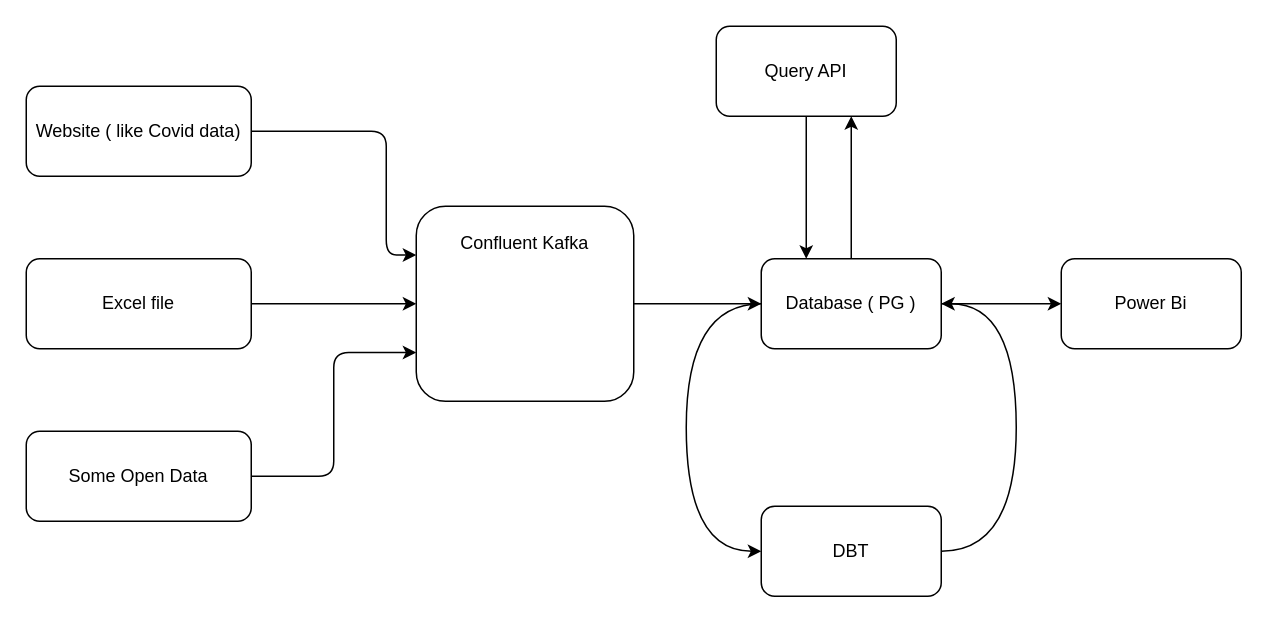
The draw.io diagram design.drawio in santapong/Zookeeper, before the edit. Source tidied: cells renumbered, new cells numbered last; positions are measured from the earlier drawing's top-left corner, leaving out a move shared by most shapes. Both pictures are drawn from the tidied source at 150%, with x=0, y=0 at pixel (26, 26).
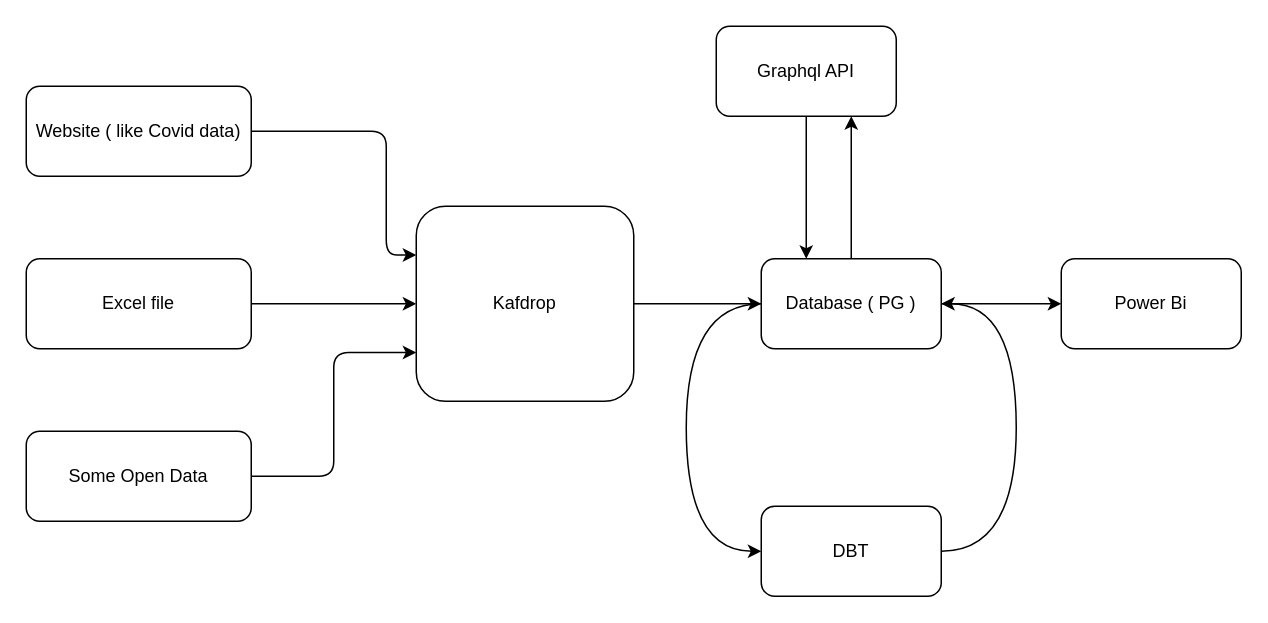
Above is the later version.

Commit message (it also covers changes not shown here):
add architecture and delete topic

What changed in the source:
```diff
@@
-    <mxCell id="6" value="Confluent Kafka" style="text;html=1;strokeColor=none;fillColor=none;align=center;verticalAlign=middle;whiteSpace=wrap;rounded=0;" parent="1" vertex="1">
-      <mxGeometry x="265" y="130" width="135" height="30" as="geometry" />
+    <mxCell id="6" value="Kafdrop" style="text;html=1;strokeColor=none;fillColor=none;align=center;verticalAlign=middle;whiteSpace=wrap;rounded=0;" parent="1" vertex="1">
+      <mxGeometry x="265" y="170" width="135" height="30" as="geometry" />
     </mxCell>
@@
-    <mxCell id="15" value="Query API" style="rounded=1;whiteSpace=wrap;html=1;" parent="1" vertex="1">
+    <mxCell id="15" value="Graphql API" style="rounded=1;whiteSpace=wrap;html=1;" parent="1" vertex="1">
       <mxGeometry x="460" width="120" height="60" as="geometry" />
     </mxCell>
```
